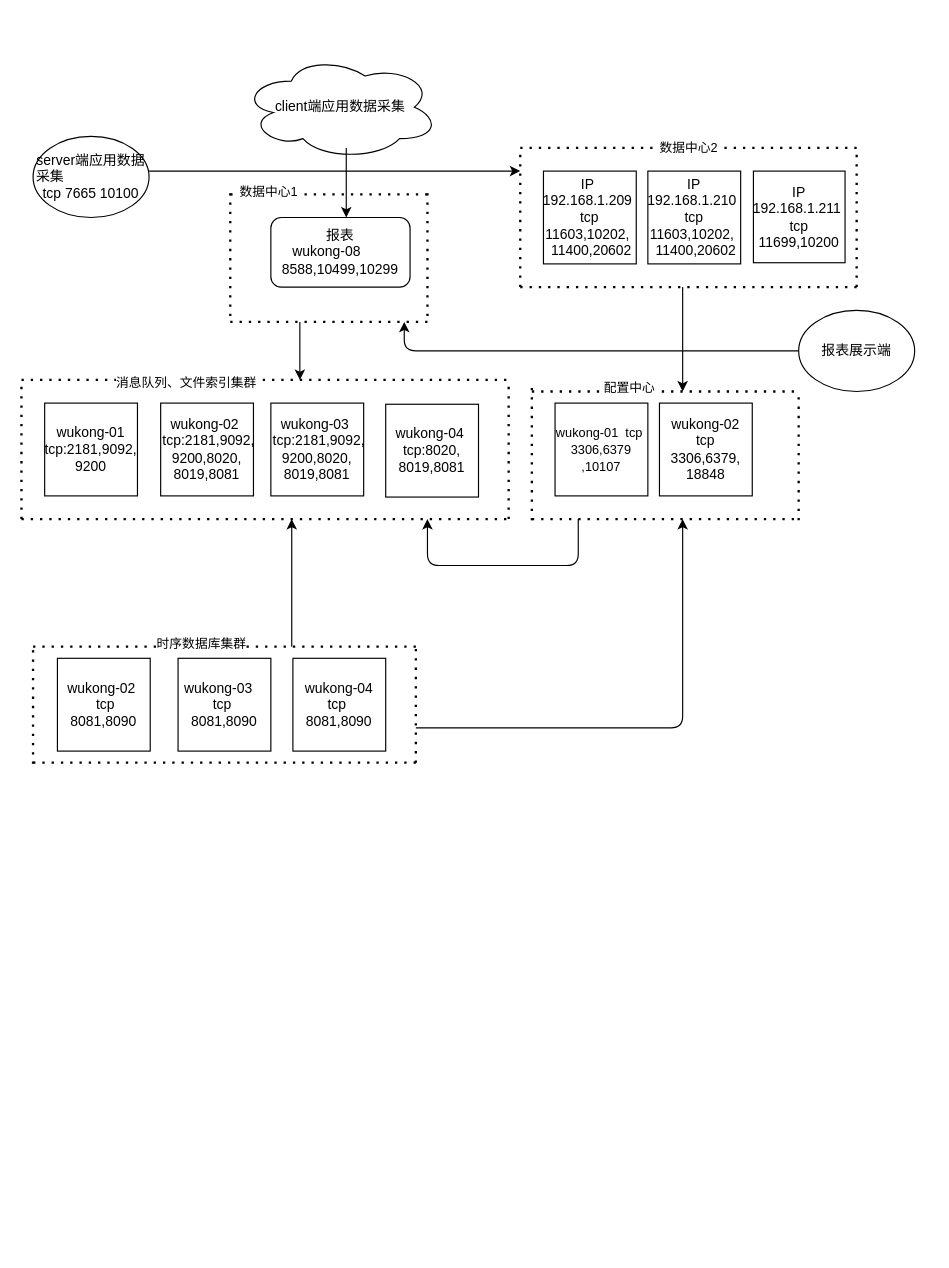
Before: Untitled Diagram.drawio in zeng0550/free-programming-books, a draw.io diagram. Source tidied: cells renumbered, new cells numbered last; positions are measured from the earlier drawing's top-left corner, leaving out a move shared by most shapes. Both pictures are drawn from the tidied source at 116%, with x=0, y=0 at pixel (21, 55).
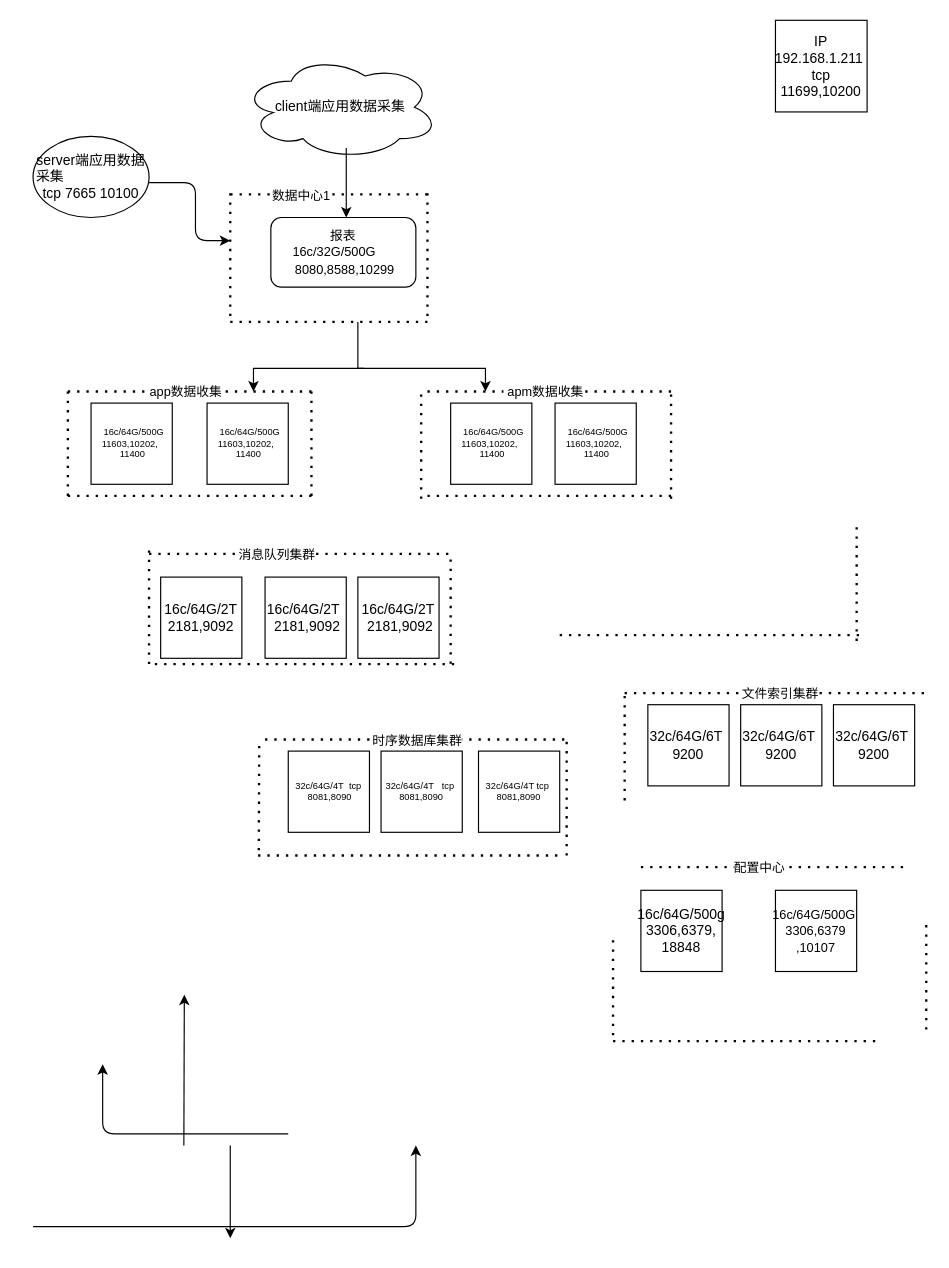
The same diagram, later.

Commit message:
东莞证券扩容.drawio

The change refers to these unchanged cells:
```xml
<mxCell id="15" style="endArrow=none;dashed=1;html=1;dashPattern=1 3;strokeWidth=2;" parent="1" edge="1">
  <mxGeometry relative="1" as="geometry">
    <mxPoint x="180" y="120" as="sourcePoint" />
    <mxPoint x="350" y="120" as="targetPoint" />
  </mxGeometry>
</mxCell>
```

Change to the diagram source:
```diff
@@
-    <mxCell id="4" value="报表&lt;br&gt;wukong-08&amp;nbsp; &amp;nbsp; &amp;nbsp; &amp;nbsp; 8588,10499,10299" style="rounded=1;whiteSpace=wrap;html=1;" parent="1" vertex="1">
-      <mxGeometry x="215" y="140" width="120" height="60" as="geometry" />
+    <mxCell id="4" value="&lt;font style=&quot;font-size: 11px&quot;&gt;报表&lt;br style=&quot;font-size: 11px&quot;&gt;16c/32G/500G&amp;nbsp; &amp;nbsp; &amp;nbsp; &amp;nbsp;8080,8588,10299&lt;/font&gt;" style="rounded=1;whiteSpace=wrap;html=1;" parent="1" vertex="1">
+      <mxGeometry x="215" y="140" width="125" height="60" as="geometry" />
     </mxCell>
@@
-    <mxCell id="6" value="IP&amp;nbsp; 192.168.1.209&amp;nbsp; tcp 11603,10202,&amp;nbsp; &amp;nbsp;11400,20602" style="whiteSpace=wrap;html=1;" parent="1" vertex="1">
-      <mxGeometry x="450" y="100" width="80" height="80" as="geometry" />
+    <mxCell id="6" value="&amp;nbsp; 16c/64G/500G 11603,10202,&amp;nbsp; &amp;nbsp;11400" style="whiteSpace=wrap;html=1;fontSize=8;" parent="1" vertex="1">
+      <mxGeometry x="60" y="300" width="70" height="70" as="geometry" />
     </mxCell>
-    <mxCell id="7" value="IP 192.168.1.210&amp;nbsp; tcp 11603,10202,&amp;nbsp; &amp;nbsp;11400,20602" style="whiteSpace=wrap;html=1;" parent="1" vertex="1">
-      <mxGeometry x="540" y="100" width="80" height="80" as="geometry" />
-    </mxCell>
     <mxCell id="8" style="endArrow=none;dashed=1;html=1;dashPattern=1 3;strokeWidth=2;" parent="1" edge="1">
       <mxGeometry relative="1" as="geometry">
-        <mxPoint x="430" y="200" as="sourcePoint" />
-        <mxPoint x="430" y="80" as="targetPoint" />
+        <mxPoint x="40" y="380" as="sourcePoint" />
+        <mxPoint x="40" y="285" as="targetPoint" />
       </mxGeometry>
     </mxCell>
-    <mxCell id="9" value="数据中心2" style="endArrow=none;dashed=1;html=1;dashPattern=1 3;strokeWidth=2;" parent="1" edge="1">
-      <mxGeometry relative="1" as="geometry">
-        <mxPoint x="430" y="80" as="sourcePoint" />
-        <mxPoint x="720" y="80" as="targetPoint" />
+    <mxCell id="9" value="&amp;nbsp;app数据收集" style="endArrow=none;dashed=1;html=1;dashPattern=1 3;strokeWidth=2;" parent="1" edge="1">
+      <mxGeometry x="-0.05" relative="1" as="geometry">
+        <mxPoint x="40" y="290" as="sourcePoint" />
+        <mxPoint x="250" y="290" as="targetPoint" />
       </mxGeometry>
     </mxCell>
     <mxCell id="10" style="endArrow=none;dashed=1;html=1;dashPattern=1 3;strokeWidth=2;" parent="1" edge="1">
       <mxGeometry relative="1" as="geometry">
-        <mxPoint x="430" y="200" as="sourcePoint" />
-        <mxPoint x="720" y="200" as="targetPoint" />
+        <mxPoint x="40" y="380" as="sourcePoint" />
+        <mxPoint x="250" y="380" as="targetPoint" />
       </mxGeometry>
     </mxCell>
     <mxCell id="11" style="endArrow=none;dashed=1;html=1;dashPattern=1 3;strokeWidth=2;" parent="1" edge="1">
       <mxGeometry relative="1" as="geometry">
-        <mxPoint x="720" y="200" as="sourcePoint" />
-        <mxPoint x="720" y="80" as="targetPoint" />
+        <mxPoint x="250" y="380" as="sourcePoint" />
+        <mxPoint x="250" y="285" as="targetPoint" />
       </mxGeometry>
     </mxCell>
@@
     <mxCell id="16" value="数据中心1" style="edgeLabel;html=1;align=center;verticalAlign=middle;" parent="15" vertex="1">
-      <mxGeometry x="-0.62" y="3" relative="1" as="geometry" />
+      <mxGeometry x="-0.62" y="3" relative="1" as="geometry">
+        <mxPoint x="28" y="3" as="offset" />
+      </mxGeometry>
     </mxCell>
     <mxCell id="17" style="endArrow=classic;html=1;" parent="1" edge="1">
       <mxGeometry relative="1" as="geometry">
-        <mxPoint x="110" y="100" as="sourcePoint" />
-        <mxPoint x="430" y="100" as="targetPoint" />
+        <mxPoint x="110" y="110" as="sourcePoint" />
+        <mxPoint x="180" y="160" as="targetPoint" />
         <Array as="points">
-          <mxPoint x="130" y="100" />
-          <mxPoint x="160" y="100" />
-          <mxPoint x="190" y="100" />
+          <mxPoint x="150" y="110" />
+          <mxPoint x="150" y="160" />
         </Array>
       </mxGeometry>
     </mxCell>
-    <mxCell id="18" value="报表展示端" style="ellipse;whiteSpace=wrap;html=1;" parent="1" vertex="1">
-      <mxGeometry x="670" y="220" width="100" height="70" as="geometry" />
-    </mxCell>
-    <mxCell id="19" value="wukong-01 tcp:2181,9092, 9200" style="whiteSpace=wrap;html=1;" parent="1" vertex="1">
-      <mxGeometry x="20" y="300" width="80" height="80" as="geometry" />
+    <mxCell id="19" value="16c/64G/2T 2181,9092" style="whiteSpace=wrap;html=1;" parent="1" vertex="1">
+      <mxGeometry x="120" y="450" width="70" height="70" as="geometry" />
     </mxCell>
-    <mxCell id="20" value="&lt;span&gt;wukong-02&amp;nbsp; &amp;nbsp;&lt;/span&gt;tcp:2181,9092, 9200,8020, 8019,8081" style="whiteSpace=wrap;html=1;" parent="1" vertex="1">
-      <mxGeometry x="120" y="300" width="80" height="80" as="geometry" />
+    <mxCell id="20" value="&lt;span&gt;16c/64G/2T&amp;nbsp; &amp;nbsp;&lt;/span&gt;2181,9092" style="whiteSpace=wrap;html=1;" parent="1" vertex="1">
+      <mxGeometry x="210" y="450" width="70" height="70" as="geometry" />
     </mxCell>
-    <mxCell id="21" value="&lt;span&gt;wukong-03&amp;nbsp; &amp;nbsp;&lt;/span&gt;tcp:2181,9092, 9200,8020, 8019,8081" style="whiteSpace=wrap;html=1;" parent="1" vertex="1">
-      <mxGeometry x="215" y="300" width="80" height="80" as="geometry" />
+    <mxCell id="21" value="&lt;span&gt;16c/64G/2T&lt;br&gt;&amp;nbsp;&amp;nbsp;&lt;/span&gt;2181,9092&amp;nbsp;" style="whiteSpace=wrap;html=1;" parent="1" vertex="1">
+      <mxGeometry x="290" y="450" width="70" height="70" as="geometry" />
     </mxCell>
-    <mxCell id="22" value="&lt;span&gt;wukong-04&amp;nbsp; tcp:&lt;/span&gt;8020, 8019,8081" style="whiteSpace=wrap;html=1;" parent="1" vertex="1">
-      <mxGeometry x="314" y="301" width="80" height="80" as="geometry" />
+    <mxCell id="22" value="&lt;span&gt;32c/64G/6T&amp;nbsp; 9200&lt;/span&gt;" style="whiteSpace=wrap;html=1;" parent="1" vertex="1">
+      <mxGeometry x="540" y="560" width="70" height="70" as="geometry" />
     </mxCell>
     <mxCell id="23" style="endArrow=none;dashed=1;html=1;dashPattern=1 3;strokeWidth=2;" parent="1" edge="1">
       <mxGeometry relative="1" as="geometry">
-        <mxPoint y="400" as="sourcePoint" />
-        <mxPoint x="420" y="400" as="targetPoint" />
+        <mxPoint x="115" y="525" as="sourcePoint" />
+        <mxPoint x="375" y="525" as="targetPoint" />
       </mxGeometry>
     </mxCell>
     <mxCell id="24" style="endArrow=none;dashed=1;html=1;dashPattern=1 3;strokeWidth=2;" parent="1" edge="1">
       <mxGeometry relative="1" as="geometry">
-        <mxPoint y="280" as="sourcePoint" />
-        <mxPoint x="420" y="280" as="targetPoint" />
+        <mxPoint x="110" y="430" as="sourcePoint" />
+        <mxPoint x="369" y="430" as="targetPoint" />
       </mxGeometry>
     </mxCell>
-    <mxCell id="25" value="消息队列、文件索引集群" style="edgeLabel;html=1;align=center;verticalAlign=middle;" parent="24" vertex="1">
-      <mxGeometry x="-0.33" y="-2" relative="1" as="geometry" />
+    <mxCell id="25" value="消息队列集群" style="edgeLabel;html=1;align=center;verticalAlign=middle;" parent="24" vertex="1">
+      <mxGeometry x="-0.33" y="-2" relative="1" as="geometry">
+        <mxPoint x="22" y="-2" as="offset" />
+      </mxGeometry>
     </mxCell>
     <mxCell id="26" style="endArrow=none;dashed=1;html=1;dashPattern=1 3;strokeWidth=2;" parent="1" edge="1">
       <mxGeometry relative="1" as="geometry">
-        <mxPoint y="400" as="sourcePoint" />
-        <mxPoint y="280" as="targetPoint" />
+        <mxPoint x="110" y="525" as="sourcePoint" />
+        <mxPoint x="110" y="425" as="targetPoint" />
       </mxGeometry>
     </mxCell>
     <mxCell id="27" style="endArrow=none;dashed=1;html=1;dashPattern=1 3;strokeWidth=2;" parent="1" edge="1">
       <mxGeometry relative="1" as="geometry">
-        <mxPoint x="420" y="400" as="sourcePoint" />
-        <mxPoint x="420" y="280" as="targetPoint" />
+        <mxPoint x="370" y="524.8" as="sourcePoint" />
+        <mxPoint x="370" y="431" as="targetPoint" />
+        <Array as="points">
+          <mxPoint x="370" y="491" />
+        </Array>
       </mxGeometry>
     </mxCell>
-    <mxCell id="28" style="endArrow=classic;html=1;" parent="1" edge="1">
-      <mxGeometry relative="1" as="geometry">
-        <mxPoint x="240" y="230" as="sourcePoint" />
-        <mxPoint x="240" y="280" as="targetPoint" />
-      </mxGeometry>
-    </mxCell>
-    <mxCell id="29" value="&lt;font style=&quot;font-size: 11px ; line-height: 100%&quot;&gt;wukong-01&amp;nbsp; tcp&amp;nbsp; 3306,6379 ,10107&lt;/font&gt;" style="whiteSpace=wrap;html=1;" parent="1" vertex="1">
-      <mxGeometry x="460" y="300" width="80" height="80" as="geometry" />
+    <mxCell id="29" value="&lt;font style=&quot;font-size: 11px ; line-height: 100%&quot;&gt;16c/64G/500G&amp;nbsp; 3306,6379 ,10107&lt;/font&gt;" style="whiteSpace=wrap;html=1;" parent="1" vertex="1">
+      <mxGeometry x="650" y="720" width="70" height="70" as="geometry" />
     </mxCell>
-    <mxCell id="30" value="wukong-02 tcp 3306,6379, 18848" style="whiteSpace=wrap;html=1;" parent="1" vertex="1">
-      <mxGeometry x="550" y="300" width="80" height="80" as="geometry" />
+    <mxCell id="30" value="16c/64G/500g 3306,6379, 18848" style="whiteSpace=wrap;html=1;" parent="1" vertex="1">
+      <mxGeometry x="534" y="720" width="70" height="70" as="geometry" />
     </mxCell>
     <mxCell id="31" style="endArrow=none;dashed=1;html=1;dashPattern=1 3;strokeWidth=2;" parent="1" edge="1">
       <mxGeometry relative="1" as="geometry">
-        <mxPoint x="440" y="400" as="sourcePoint" />
-        <mxPoint x="670" y="400" as="targetPoint" />
+        <mxPoint x="510" y="850" as="sourcePoint" />
+        <mxPoint x="740" y="850" as="targetPoint" />
       </mxGeometry>
     </mxCell>
     <mxCell id="32" style="endArrow=none;dashed=1;html=1;dashPattern=1 3;strokeWidth=2;" parent="1" edge="1">
       <mxGeometry relative="1" as="geometry">
-        <mxPoint x="440" y="290" as="sourcePoint" />
-        <mxPoint x="670" y="290" as="targetPoint" />
+        <mxPoint x="534" y="700" as="sourcePoint" />
+        <mxPoint x="764" y="700" as="targetPoint" />
+        <Array as="points">
+          <mxPoint x="664" y="700" />
+        </Array>
       </mxGeometry>
     </mxCell>
     <mxCell id="33" value="配置中心" style="edgeLabel;html=1;align=center;verticalAlign=middle;" parent="32" vertex="1">
-      <mxGeometry x="-0.28" y="4" relative="1" as="geometry" />
+      <mxGeometry x="-0.28" y="4" relative="1" as="geometry">
+        <mxPoint x="18" y="4" as="offset" />
+      </mxGeometry>
     </mxCell>
     <mxCell id="34" style="endArrow=none;dashed=1;html=1;dashPattern=1 3;strokeWidth=2;" parent="1" edge="1">
       <mxGeometry relative="1" as="geometry">
-        <mxPoint x="440" y="401" as="sourcePoint" />
-        <mxPoint x="440" y="281" as="targetPoint" />
+        <mxPoint x="510" y="845" as="sourcePoint" />
+        <mxPoint x="510" y="760" as="targetPoint" />
+        <Array as="points">
+          <mxPoint x="510" y="805" />
+        </Array>
       </mxGeometry>
     </mxCell>
     <mxCell id="35" style="endArrow=none;dashed=1;html=1;dashPattern=1 3;strokeWidth=2;" parent="1" edge="1">
       <mxGeometry relative="1" as="geometry">
-        <mxPoint x="670" y="401" as="sourcePoint" />
-        <mxPoint x="670" y="290" as="targetPoint" />
+        <mxPoint x="780" y="840" as="sourcePoint" />
+        <mxPoint x="780" y="750" as="targetPoint" />
       </mxGeometry>
     </mxCell>
-    <mxCell id="36" value="wukong-02&amp;nbsp; &amp;nbsp;tcp 8081,8090" style="whiteSpace=wrap;html=1;" parent="1" vertex="1">
-      <mxGeometry x="31" y="520" width="80" height="80" as="geometry" />
+    <mxCell id="36" value="32c/64G/4T&amp;nbsp; tcp&lt;br style=&quot;font-size: 8px&quot;&gt;&amp;nbsp;8081,8090" style="whiteSpace=wrap;html=1;fontSize=8;" parent="1" vertex="1">
+      <mxGeometry x="230" y="600" width="70" height="70" as="geometry" />
     </mxCell>
-    <mxCell id="37" value="wukong-03&amp;nbsp; &amp;nbsp; tcp&amp;nbsp; 8081,8090" style="whiteSpace=wrap;html=1;" parent="1" vertex="1">
-      <mxGeometry x="135" y="520" width="80" height="80" as="geometry" />
+    <mxCell id="37" value="&lt;font style=&quot;font-size: 8px&quot;&gt;32c/64G/4T&amp;nbsp; &amp;nbsp;tcp&amp;nbsp; 8081,8090&lt;/font&gt;" style="whiteSpace=wrap;html=1;fontSize=8;fontFamily=Helvetica;" parent="1" vertex="1">
+      <mxGeometry x="310" y="600" width="70" height="70" as="geometry" />
     </mxCell>
-    <mxCell id="38" value="wukong-04 tcp&amp;nbsp; 8081,8090" style="whiteSpace=wrap;html=1;" parent="1" vertex="1">
-      <mxGeometry x="234" y="520" width="80" height="80" as="geometry" />
+    <mxCell id="38" value="32c/64G/4T tcp&amp;nbsp; 8081,8090" style="whiteSpace=wrap;html=1;fontSize=8;" parent="1" vertex="1">
+      <mxGeometry x="394" y="600" width="70" height="70" as="geometry" />
     </mxCell>
     <mxCell id="39" style="endArrow=none;dashed=1;html=1;dashPattern=1 3;strokeWidth=2;" parent="1" edge="1">
       <mxGeometry relative="1" as="geometry">
-        <mxPoint x="10" y="610" as="sourcePoint" />
-        <mxPoint x="340" y="610" as="targetPoint" />
+        <mxPoint x="204" y="690" as="sourcePoint" />
+        <mxPoint x="464" y="690" as="targetPoint" />
       </mxGeometry>
     </mxCell>
     <mxCell id="40" style="endArrow=none;dashed=1;html=1;dashPattern=1 3;strokeWidth=2;" parent="1" edge="1">
       <mxGeometry relative="1" as="geometry">
-        <mxPoint x="10" y="510" as="sourcePoint" />
-        <mxPoint x="340" y="510" as="targetPoint" />
+        <mxPoint x="210" y="590" as="sourcePoint" />
+        <mxPoint x="470" y="590" as="targetPoint" />
       </mxGeometry>
     </mxCell>
     <mxCell id="41" value="时序数据库集群" style="edgeLabel;html=1;align=center;verticalAlign=middle;" parent="40" vertex="1">
-      <mxGeometry x="-0.13" y="3" relative="1" as="geometry" />
+      <mxGeometry x="-0.13" y="3" relative="1" as="geometry">
+        <mxPoint x="17" y="3" as="offset" />
+      </mxGeometry>
     </mxCell>
     <mxCell id="42" style="endArrow=none;dashed=1;html=1;dashPattern=1 3;strokeWidth=2;" parent="1" edge="1">
       <mxGeometry relative="1" as="geometry">
-        <mxPoint x="10" y="611" as="sourcePoint" />
-        <mxPoint x="10" y="510" as="targetPoint" />
+        <mxPoint x="204.6" y="685.5" as="sourcePoint" />
+        <mxPoint x="205" y="590" as="targetPoint" />
       </mxGeometry>
     </mxCell>
     <mxCell id="43" style="endArrow=none;dashed=1;html=1;dashPattern=1 3;strokeWidth=2;" parent="1" edge="1">
       <mxGeometry relative="1" as="geometry">
-        <mxPoint x="340" y="610" as="sourcePoint" />
-        <mxPoint x="340" y="510" as="targetPoint" />
+        <mxPoint x="470" y="690" as="sourcePoint" />
+        <mxPoint x="470" y="590" as="targetPoint" />
       </mxGeometry>
     </mxCell>
     <mxCell id="44" style="endArrow=classic;html=1;" parent="1" edge="1">
       <mxGeometry relative="1" as="geometry">
-        <mxPoint x="233" y="510" as="sourcePoint" />
-        <mxPoint x="233" y="400" as="targetPoint" />
+        <mxPoint x="140" y="940" as="sourcePoint" />
+        <mxPoint x="140.4" y="810" as="targetPoint" />
       </mxGeometry>
     </mxCell>
     <mxCell id="45" style="endArrow=classic;html=1;" parent="1" edge="1">
       <mxGeometry relative="1" as="geometry">
-        <mxPoint x="340" y="580" as="sourcePoint" />
-        <mxPoint x="570" y="400" as="targetPoint" />
+        <mxPoint x="10" y="1010" as="sourcePoint" />
+        <mxPoint x="340" y="940" as="targetPoint" />
         <Array as="points">
-          <mxPoint x="570" y="580" />
+          <mxPoint x="340" y="1010" />
         </Array>
       </mxGeometry>
     </mxCell>
-    <mxCell id="46" style="endArrow=classic;html=1;exitX=0;exitY=0.5;exitDx=0;exitDy=0;" parent="1" edge="1" source="18">
-      <mxGeometry relative="1" as="geometry">
-        <mxPoint x="330" y="230" as="targetPoint" />
-        <Array as="points">
-          <mxPoint x="330" y="255" />
-        </Array>
-      </mxGeometry>
-    </mxCell>
     <mxCell id="47" style="endArrow=classic;html=1;" parent="1" edge="1">
       <mxGeometry relative="1" as="geometry">
-        <mxPoint x="570" y="200" as="sourcePoint" />
-        <mxPoint x="570" y="290" as="targetPoint" />
+        <mxPoint x="180" y="940" as="sourcePoint" />
+        <mxPoint x="180" y="1020" as="targetPoint" />
       </mxGeometry>
     </mxCell>
     <mxCell id="48" style="endArrow=classic;html=1;" parent="1" edge="1">
       <mxGeometry relative="1" as="geometry">
-        <mxPoint x="480" y="400" as="sourcePoint" />
-        <mxPoint x="350" y="400" as="targetPoint" />
+        <mxPoint x="230" y="930" as="sourcePoint" />
+        <mxPoint x="70" y="870" as="targetPoint" />
         <Array as="points">
-          <mxPoint x="480" y="440" />
-          <mxPoint x="350" y="440" />
+          <mxPoint x="200" y="930" />
+          <mxPoint x="70" y="930" />
         </Array>
       </mxGeometry>
     </mxCell>
     <mxCell id="49" value="IP 192.168.1.211&amp;nbsp; tcp 11699,10200" style="whiteSpace=wrap;html=1;" parent="1" vertex="1">
-      <mxGeometry x="631" y="100" width="79" height="79" as="geometry" />
+      <mxGeometry x="650" y="-30" width="79" height="79" as="geometry" />
     </mxCell>
+    <mxCell id="50" style="endArrow=none;dashed=1;html=1;dashPattern=1 3;strokeWidth=2;" parent="1" edge="1">
+      <mxGeometry relative="1" as="geometry">
+        <mxPoint x="520" y="550" as="sourcePoint" />
+        <mxPoint x="780" y="550" as="targetPoint" />
+        <Array as="points">
+          <mxPoint x="680" y="550" />
+        </Array>
+      </mxGeometry>
+    </mxCell>
+    <mxCell id="51" value="文件索引集群" style="edgeLabel;html=1;align=center;verticalAlign=middle;" parent="50" vertex="1">
+      <mxGeometry x="-0.33" y="-2" relative="1" as="geometry">
+        <mxPoint x="46" y="-2" as="offset" />
+      </mxGeometry>
+    </mxCell>
+    <mxCell id="52" style="endArrow=none;dashed=1;html=1;dashPattern=1 3;strokeWidth=2;" parent="1" edge="1">
+      <mxGeometry relative="1" as="geometry">
+        <mxPoint x="520" y="642.5" as="sourcePoint" />
+        <mxPoint x="520" y="547.5" as="targetPoint" />
+        <Array as="points">
+          <mxPoint x="520" y="607.5" />
+        </Array>
+      </mxGeometry>
+    </mxCell>
+    <mxCell id="53" style="endArrow=none;dashed=1;html=1;dashPattern=1 3;strokeWidth=2;" parent="1" edge="1">
+      <mxGeometry relative="1" as="geometry">
+        <mxPoint x="464" y="500" as="sourcePoint" />
+        <mxPoint x="724" y="500" as="targetPoint" />
+        <Array as="points">
+          <mxPoint x="624" y="500" />
+        </Array>
+      </mxGeometry>
+    </mxCell>
+    <mxCell id="54" value="&lt;span&gt;32c/64G/6T&amp;nbsp; 9200&lt;/span&gt;" style="whiteSpace=wrap;html=1;" parent="1" vertex="1">
+      <mxGeometry x="620" y="560" width="70" height="70" as="geometry" />
+    </mxCell>
+    <mxCell id="55" value="&lt;span&gt;32c/64G/6T&amp;nbsp; 9200&lt;/span&gt;" style="whiteSpace=wrap;html=1;" parent="1" vertex="1">
+      <mxGeometry x="700" y="560" width="70" height="70" as="geometry" />
+    </mxCell>
+    <mxCell id="56" style="endArrow=none;dashed=1;html=1;dashPattern=1 3;strokeWidth=2;" parent="1" edge="1">
+      <mxGeometry relative="1" as="geometry">
+        <mxPoint x="720" y="505" as="sourcePoint" />
+        <mxPoint x="720" y="405" as="targetPoint" />
+        <Array as="points">
+          <mxPoint x="720" y="460" />
+        </Array>
+      </mxGeometry>
+    </mxCell>
+    <mxCell id="57" value="&amp;nbsp; 16c/64G/500G 11603,10202,&amp;nbsp; &amp;nbsp;11400" style="whiteSpace=wrap;html=1;fontSize=8;" parent="1" vertex="1">
+      <mxGeometry x="160" y="300" width="70" height="70" as="geometry" />
+    </mxCell>
+    <mxCell id="58" value="&amp;nbsp; 16c/64G/500G 11603,10202,&amp;nbsp; &amp;nbsp;11400" style="whiteSpace=wrap;html=1;fontSize=8;" parent="1" vertex="1">
+      <mxGeometry x="370" y="300" width="70" height="70" as="geometry" />
+    </mxCell>
+    <mxCell id="59" value="&amp;nbsp; 16c/64G/500G 11603,10202,&amp;nbsp; &amp;nbsp;11400" style="whiteSpace=wrap;html=1;fontSize=8;" parent="1" vertex="1">
+      <mxGeometry x="460" y="300" width="70" height="70" as="geometry" />
+    </mxCell>
+    <mxCell id="60" value="&amp;nbsp;apm数据收集" style="endArrow=none;dashed=1;html=1;dashPattern=1 3;strokeWidth=2;" parent="1" edge="1">
+      <mxGeometry x="-0.05" relative="1" as="geometry">
+        <mxPoint x="350" y="290" as="sourcePoint" />
+        <mxPoint x="560" y="290" as="targetPoint" />
+      </mxGeometry>
+    </mxCell>
+    <mxCell id="61" style="endArrow=none;dashed=1;html=1;dashPattern=1 3;strokeWidth=2;" parent="1" edge="1">
+      <mxGeometry relative="1" as="geometry">
+        <mxPoint x="344.6" y="382.5" as="sourcePoint" />
+        <mxPoint x="344.6" y="287.5" as="targetPoint" />
+      </mxGeometry>
+    </mxCell>
+    <mxCell id="62" style="endArrow=none;dashed=1;html=1;dashPattern=1 3;strokeWidth=2;" parent="1" edge="1">
+      <mxGeometry relative="1" as="geometry">
+        <mxPoint x="560" y="382.5" as="sourcePoint" />
+        <mxPoint x="560" y="287.5" as="targetPoint" />
+      </mxGeometry>
+    </mxCell>
+    <mxCell id="63" style="endArrow=none;dashed=1;html=1;dashPattern=1 3;strokeWidth=2;" parent="1" edge="1">
+      <mxGeometry relative="1" as="geometry">
+        <mxPoint x="350" y="380" as="sourcePoint" />
+        <mxPoint x="560" y="380" as="targetPoint" />
+      </mxGeometry>
+    </mxCell>
+    <mxCell id="64" style="endArrow=none;html=1;rounded=0;fontFamily=Helvetica;fontSize=8;" parent="1" edge="1">
+      <mxGeometry relative="1" as="geometry">
+        <mxPoint x="290" y="270" as="sourcePoint" />
+        <mxPoint x="290" y="230" as="targetPoint" />
+      </mxGeometry>
+    </mxCell>
+    <mxCell id="65" style="endArrow=classic;html=1;rounded=0;fontFamily=Helvetica;fontSize=8;" parent="1" edge="1">
+      <mxGeometry relative="1" as="geometry">
+        <mxPoint x="290" y="270" as="sourcePoint" />
+        <mxPoint x="400" y="290" as="targetPoint" />
+        <Array as="points">
+          <mxPoint x="400" y="270" />
+        </Array>
+      </mxGeometry>
+    </mxCell>
+    <mxCell id="66" style="endArrow=classic;html=1;rounded=0;fontFamily=Helvetica;fontSize=8;" parent="1" edge="1">
+      <mxGeometry relative="1" as="geometry">
+        <mxPoint x="295" y="270" as="sourcePoint" />
+        <mxPoint x="200" y="290" as="targetPoint" />
+        <Array as="points">
+          <mxPoint x="200" y="270" />
+        </Array>
+      </mxGeometry>
+    </mxCell>
```
